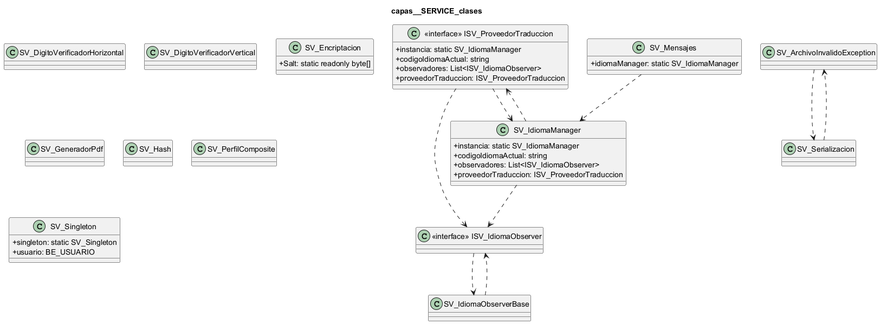
Above: docs/diagramas/uml_png/capas__SERVICE_clases.png in L-Muniz/uai-diploma_2026 (PlantUML), before the change.
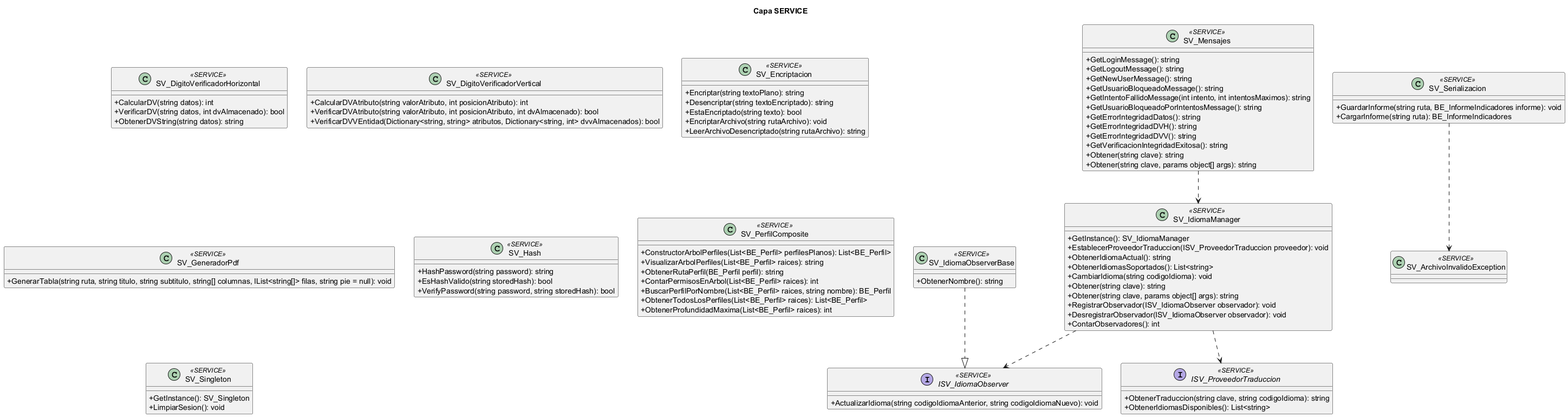
The same file after the commit.

The edit, as a diff of the source:
```diff
@@ -1,53 +1,89 @@
 @startuml
 skinparam classAttributeIconSize 0
-title capas__SERVICE_clases
-class "<<interface>> ISV_IdiomaObserver" as ISV_IdiomaObserver {
+title Capa SERVICE
+interface "ISV_IdiomaObserver" as ISV_IdiomaObserver <<SERVICE>> {
+  +ActualizarIdioma(string codigoIdiomaAnterior, string codigoIdiomaNuevo): void
 }
-class "<<interface>> ISV_ProveedorTraduccion" as ISV_ProveedorTraduccion {
-  +instancia: static SV_IdiomaManager
-  +codigoIdiomaActual: string
-  +observadores: List<ISV_IdiomaObserver>
-  +proveedorTraduccion: ISV_ProveedorTraduccion
+interface "ISV_ProveedorTraduccion" as ISV_ProveedorTraduccion <<SERVICE>> {
+  +ObtenerTraduccion(string clave, string codigoIdioma): string
+  +ObtenerIdiomasDisponibles(): List<string>
 }
-class "SV_ArchivoInvalidoException" as SV_ArchivoInvalidoException {
+class "SV_ArchivoInvalidoException" as SV_ArchivoInvalidoException <<SERVICE>> {
 }
-class "SV_DigitoVerificadorHorizontal" as SV_DigitoVerificadorHorizontal {
+class "SV_DigitoVerificadorHorizontal" as SV_DigitoVerificadorHorizontal <<SERVICE>> {
+  +CalcularDV(string datos): int
+  +VerificarDV(string datos, int dvAlmacenado): bool
+  +ObtenerDVString(string datos): string
 }
-class "SV_DigitoVerificadorVertical" as SV_DigitoVerificadorVertical {
+class "SV_DigitoVerificadorVertical" as SV_DigitoVerificadorVertical <<SERVICE>> {
+  +CalcularDVAtributo(string valorAtributo, int posicionAtributo): int
+  +VerificarDVAtributo(string valorAtributo, int posicionAtributo, int dvAlmacenado): bool
+  +VerificarDVVEntidad(Dictionary<string, string> atributos, Dictionary<string, int> dvvAlmacenados): bool
 }
-class "SV_Encriptacion" as SV_Encriptacion {
-  +Salt: static readonly byte[]
+class "SV_Encriptacion" as SV_Encriptacion <<SERVICE>> {
+  +Encriptar(string textoPlano): string
+  +Desencriptar(string textoEncriptado): string
+  +EstaEncriptado(string texto): bool
+  +EncriptarArchivo(string rutaArchivo): void
+  +LeerArchivoDesencriptado(string rutaArchivo): string
 }
-class "SV_GeneradorPdf" as SV_GeneradorPdf {
+class "SV_GeneradorPdf" as SV_GeneradorPdf <<SERVICE>> {
+  +GenerarTabla(string ruta, string titulo, string subtitulo, string[] columnas, IList<string[]> filas, string pie = null): void
 }
-class "SV_Hash" as SV_Hash {
+class "SV_Hash" as SV_Hash <<SERVICE>> {
+  +HashPassword(string password): string
+  +EsHashValido(string storedHash): bool
+  +VerifyPassword(string password, string storedHash): bool
 }
-class "SV_IdiomaManager" as SV_IdiomaManager {
-  +instancia: static SV_IdiomaManager
-  +codigoIdiomaActual: string
-  +observadores: List<ISV_IdiomaObserver>
-  +proveedorTraduccion: ISV_ProveedorTraduccion
+class "SV_IdiomaManager" as SV_IdiomaManager <<SERVICE>> {
+  +GetInstance(): SV_IdiomaManager
+  +EstablecerProveedorTraduccion(ISV_ProveedorTraduccion proveedor): void
+  +ObtenerIdiomaActual(): string
+  +ObtenerIdiomasSoportados(): List<string>
+  +CambiarIdioma(string codigoIdioma): void
+  +Obtener(string clave): string
+  +Obtener(string clave, params object[] args): string
+  +RegistrarObservador(ISV_IdiomaObserver observador): void
+  +DesregistrarObservador(ISV_IdiomaObserver observador): void
+  +ContarObservadores(): int
 }
-class "SV_IdiomaObserverBase" as SV_IdiomaObserverBase {
+class "SV_IdiomaObserverBase" as SV_IdiomaObserverBase <<SERVICE>> {
+  +ObtenerNombre(): string
 }
-class "SV_Mensajes" as SV_Mensajes {
-  +idiomaManager: static SV_IdiomaManager
+class "SV_Mensajes" as SV_Mensajes <<SERVICE>> {
+  +GetLoginMessage(): string
+  +GetLogoutMessage(): string
+  +GetNewUserMessage(): string
+  +GetUsuarioBloqueadoMessage(): string
+  +GetIntentoFallidoMessage(int intento, int intentosMaximos): string
+  +GetUsuarioBloqueadoPorIntentosMessage(): string
+  +GetErrorIntegridadDatos(): string
+  +GetErrorIntegridadDVH(): string
+  +GetErrorIntegridadDVV(): string
+  +GetVerificacionIntegridadExitosa(): string
+  +Obtener(string clave): string
+  +Obtener(string clave, params object[] args): string
 }
-class "SV_PerfilComposite" as SV_PerfilComposite {
+class "SV_PerfilComposite" as SV_PerfilComposite <<SERVICE>> {
+  +ConstructorArbolPerfiles(List<BE_Perfil> perfilesPlanos): List<BE_Perfil>
+  +VisualizarArbolPerfiles(List<BE_Perfil> raices): string
+  +ObtenerRutaPerfil(BE_Perfil perfil): string
+  +ContarPermisosEnArbol(List<BE_Perfil> raices): int
+  +BuscarPerfilPorNombre(List<BE_Perfil> raices, string nombre): BE_Perfil
+  +ObtenerTodosLosPerfiles(List<BE_Perfil> raices): List<BE_Perfil>
+  +ObtenerProfundidadMaxima(List<BE_Perfil> raices): int
 }
-class "SV_Serializacion" as SV_Serializacion {
+class "SV_Serializacion" as SV_Serializacion <<SERVICE>> {
+  +GuardarInforme(string ruta, BE_InformeIndicadores informe): void
+  +CargarInforme(string ruta): BE_InformeIndicadores
 }
-class "SV_Singleton" as SV_Singleton {
-  +singleton: static SV_Singleton
-  +usuario: BE_USUARIO
+class "SV_Singleton" as SV_Singleton <<SERVICE>> {
+  +GetInstance(): SV_Singleton
+  +LimpiarSesion(): void
 }
-ISV_IdiomaObserver ..> SV_IdiomaObserverBase
-ISV_ProveedorTraduccion ..> SV_IdiomaManager
-ISV_ProveedorTraduccion ..> ISV_IdiomaObserver
-SV_ArchivoInvalidoException ..> SV_Serializacion
+SV_IdiomaManager ..> ISV_IdiomaObserver
 SV_IdiomaManager ..> ISV_ProveedorTraduccion
-SV_IdiomaManager ..> ISV_IdiomaObserver
-SV_IdiomaObserverBase ..> ISV_IdiomaObserver
+SV_IdiomaObserverBase ..|> ISV_IdiomaObserver
 SV_Mensajes ..> SV_IdiomaManager
 SV_Serializacion ..> SV_ArchivoInvalidoException
 @enduml
```
